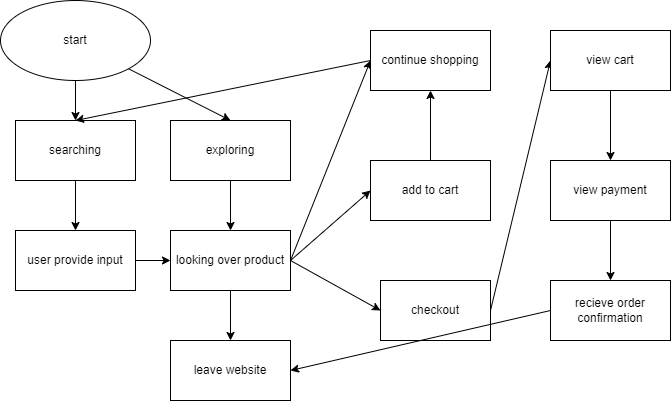
zezhou20/fa22-cse110-lab4 keeps this draw.io diagram as explore/diagramming/diagram.drawio.png. Above is the earlier version. Source tidied: cells renumbered, new cells last; positions are measured from the earlier drawing's top-left corner, leaving out a move shared by most shapes.
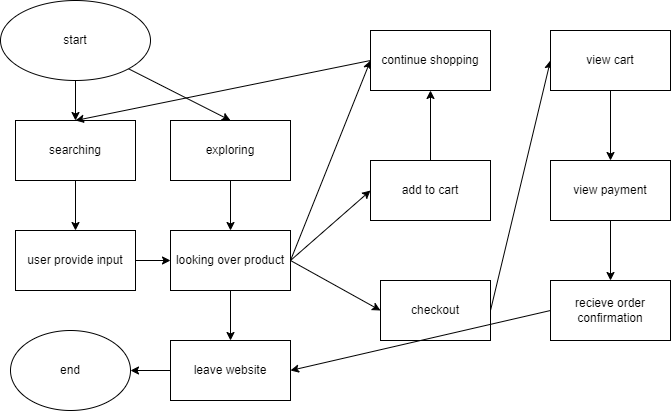
After the change.

The edit, as a diff of the source:
```diff
@@ -88,6 +88,11 @@
     <mxCell id="23" value="view cart" style="whiteSpace=wrap;html=1;" parent="1" vertex="1">
       <mxGeometry x="550" y="30" width="120" height="60" as="geometry" />
     </mxCell>
+    <mxCell id="29" style="edgeStyle=none;html=1;exitX=0;exitY=0.5;exitDx=0;exitDy=0;" parent="1" edge="1" source="24">
+      <mxGeometry relative="1" as="geometry">
+        <mxPoint x="130" y="370" as="targetPoint" />
+      </mxGeometry>
+    </mxCell>
     <mxCell id="24" value="leave website" style="whiteSpace=wrap;html=1;" parent="1" vertex="1">
       <mxGeometry x="170" y="340" width="120" height="60" as="geometry" />
     </mxCell>
@@ -103,5 +108,8 @@
     <mxCell id="28" value="recieve order&lt;br&gt;confirmation" style="whiteSpace=wrap;html=1;" parent="1" vertex="1">
       <mxGeometry x="550" y="280" width="120" height="60" as="geometry" />
     </mxCell>
+    <mxCell id="30" value="end" style="ellipse;whiteSpace=wrap;html=1;" parent="1" vertex="1">
+      <mxGeometry x="10" y="330" width="120" height="80" as="geometry" />
+    </mxCell>
   </root>
 </mxGraphModel>
```
